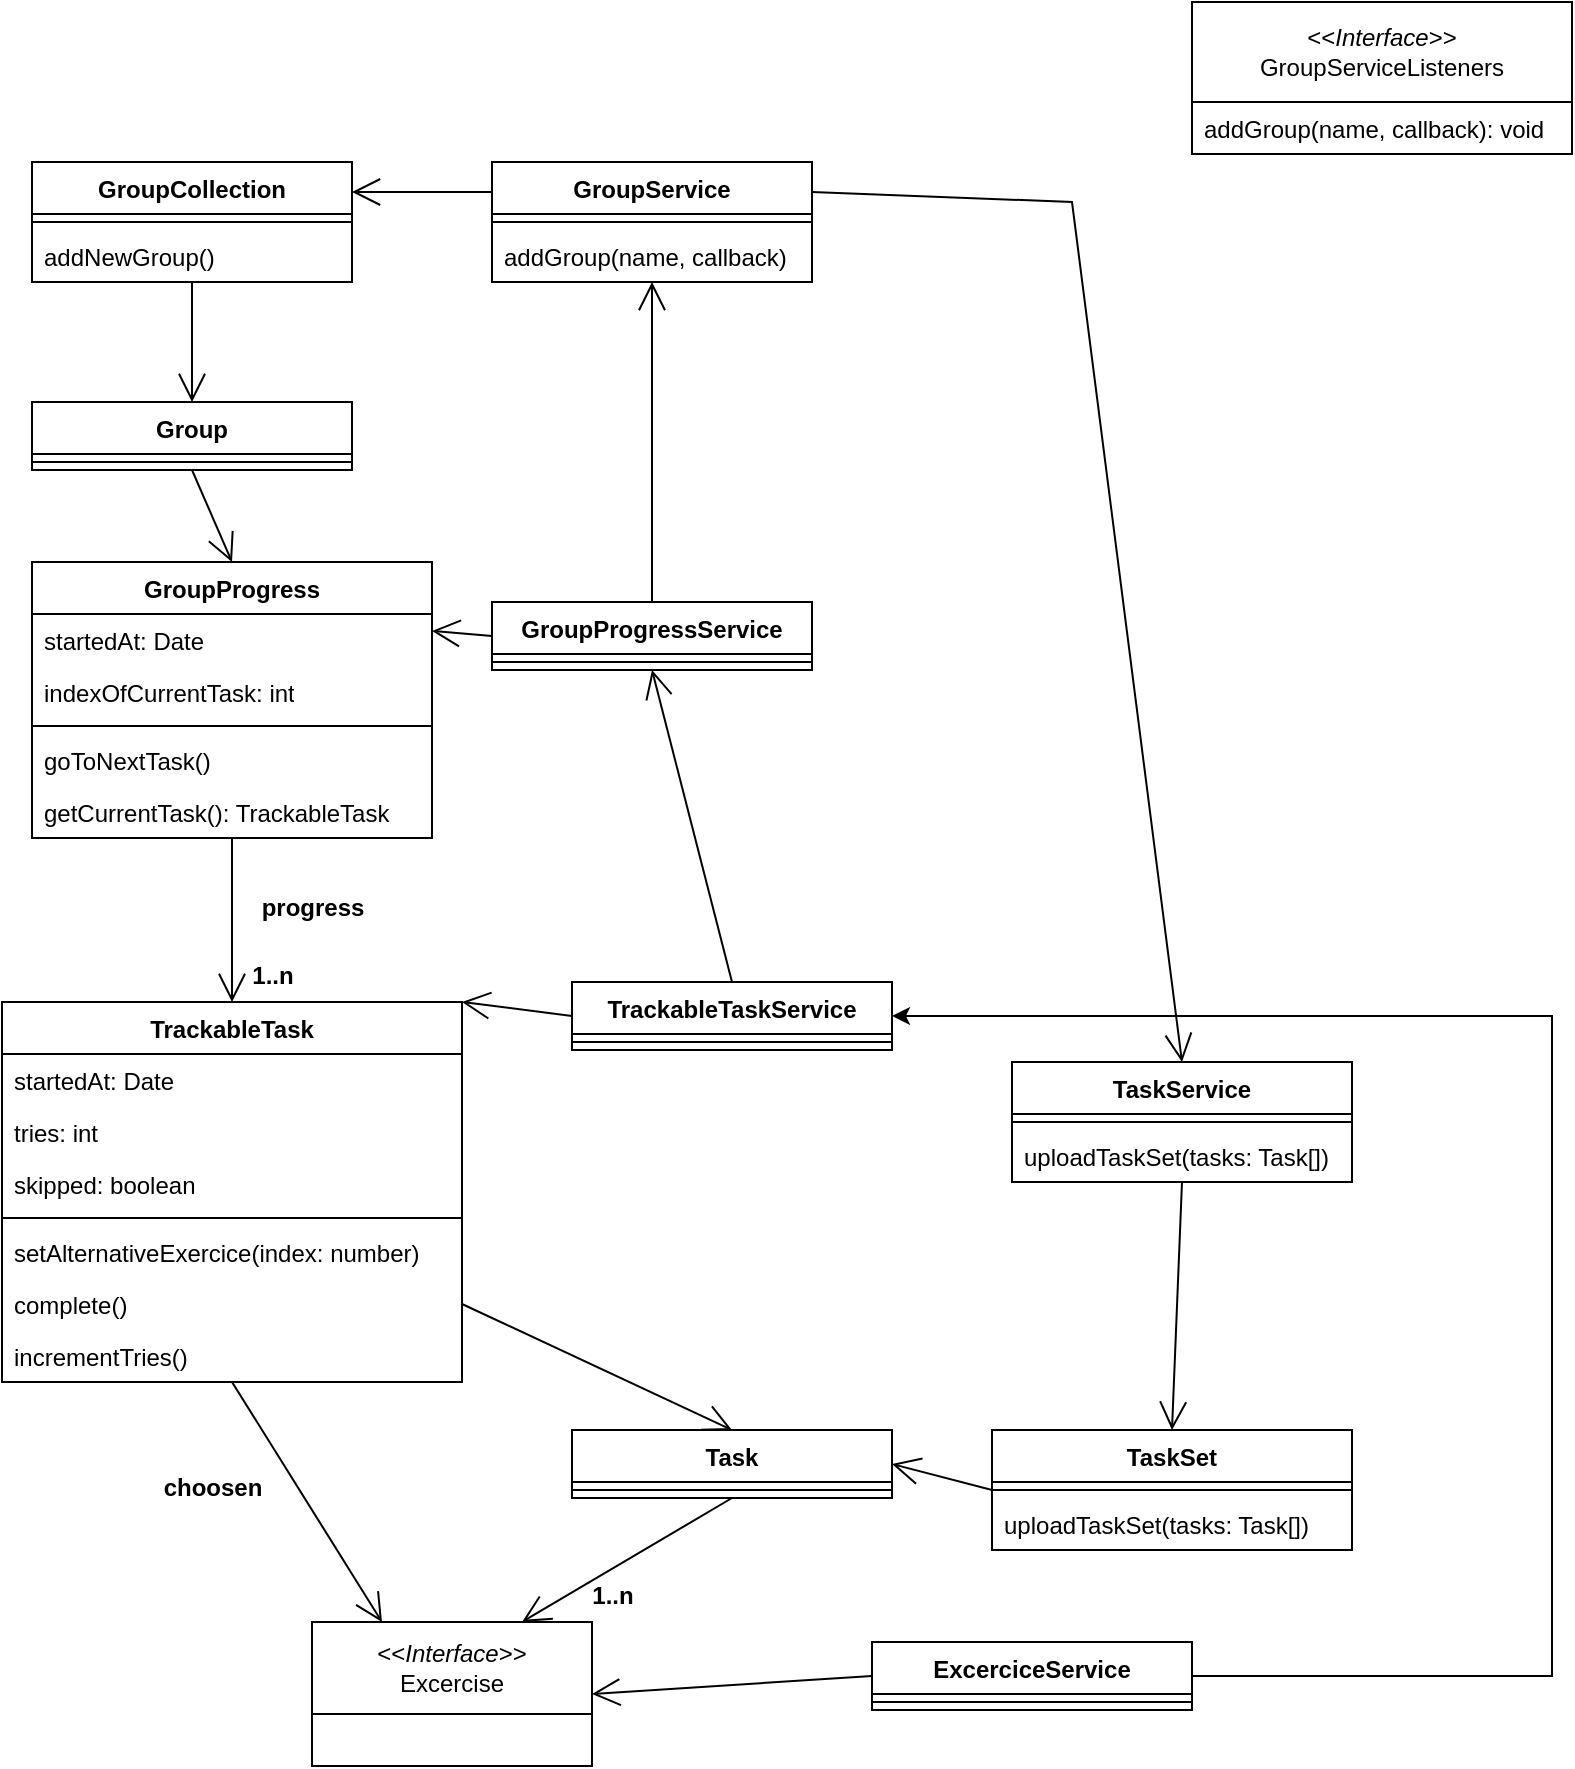
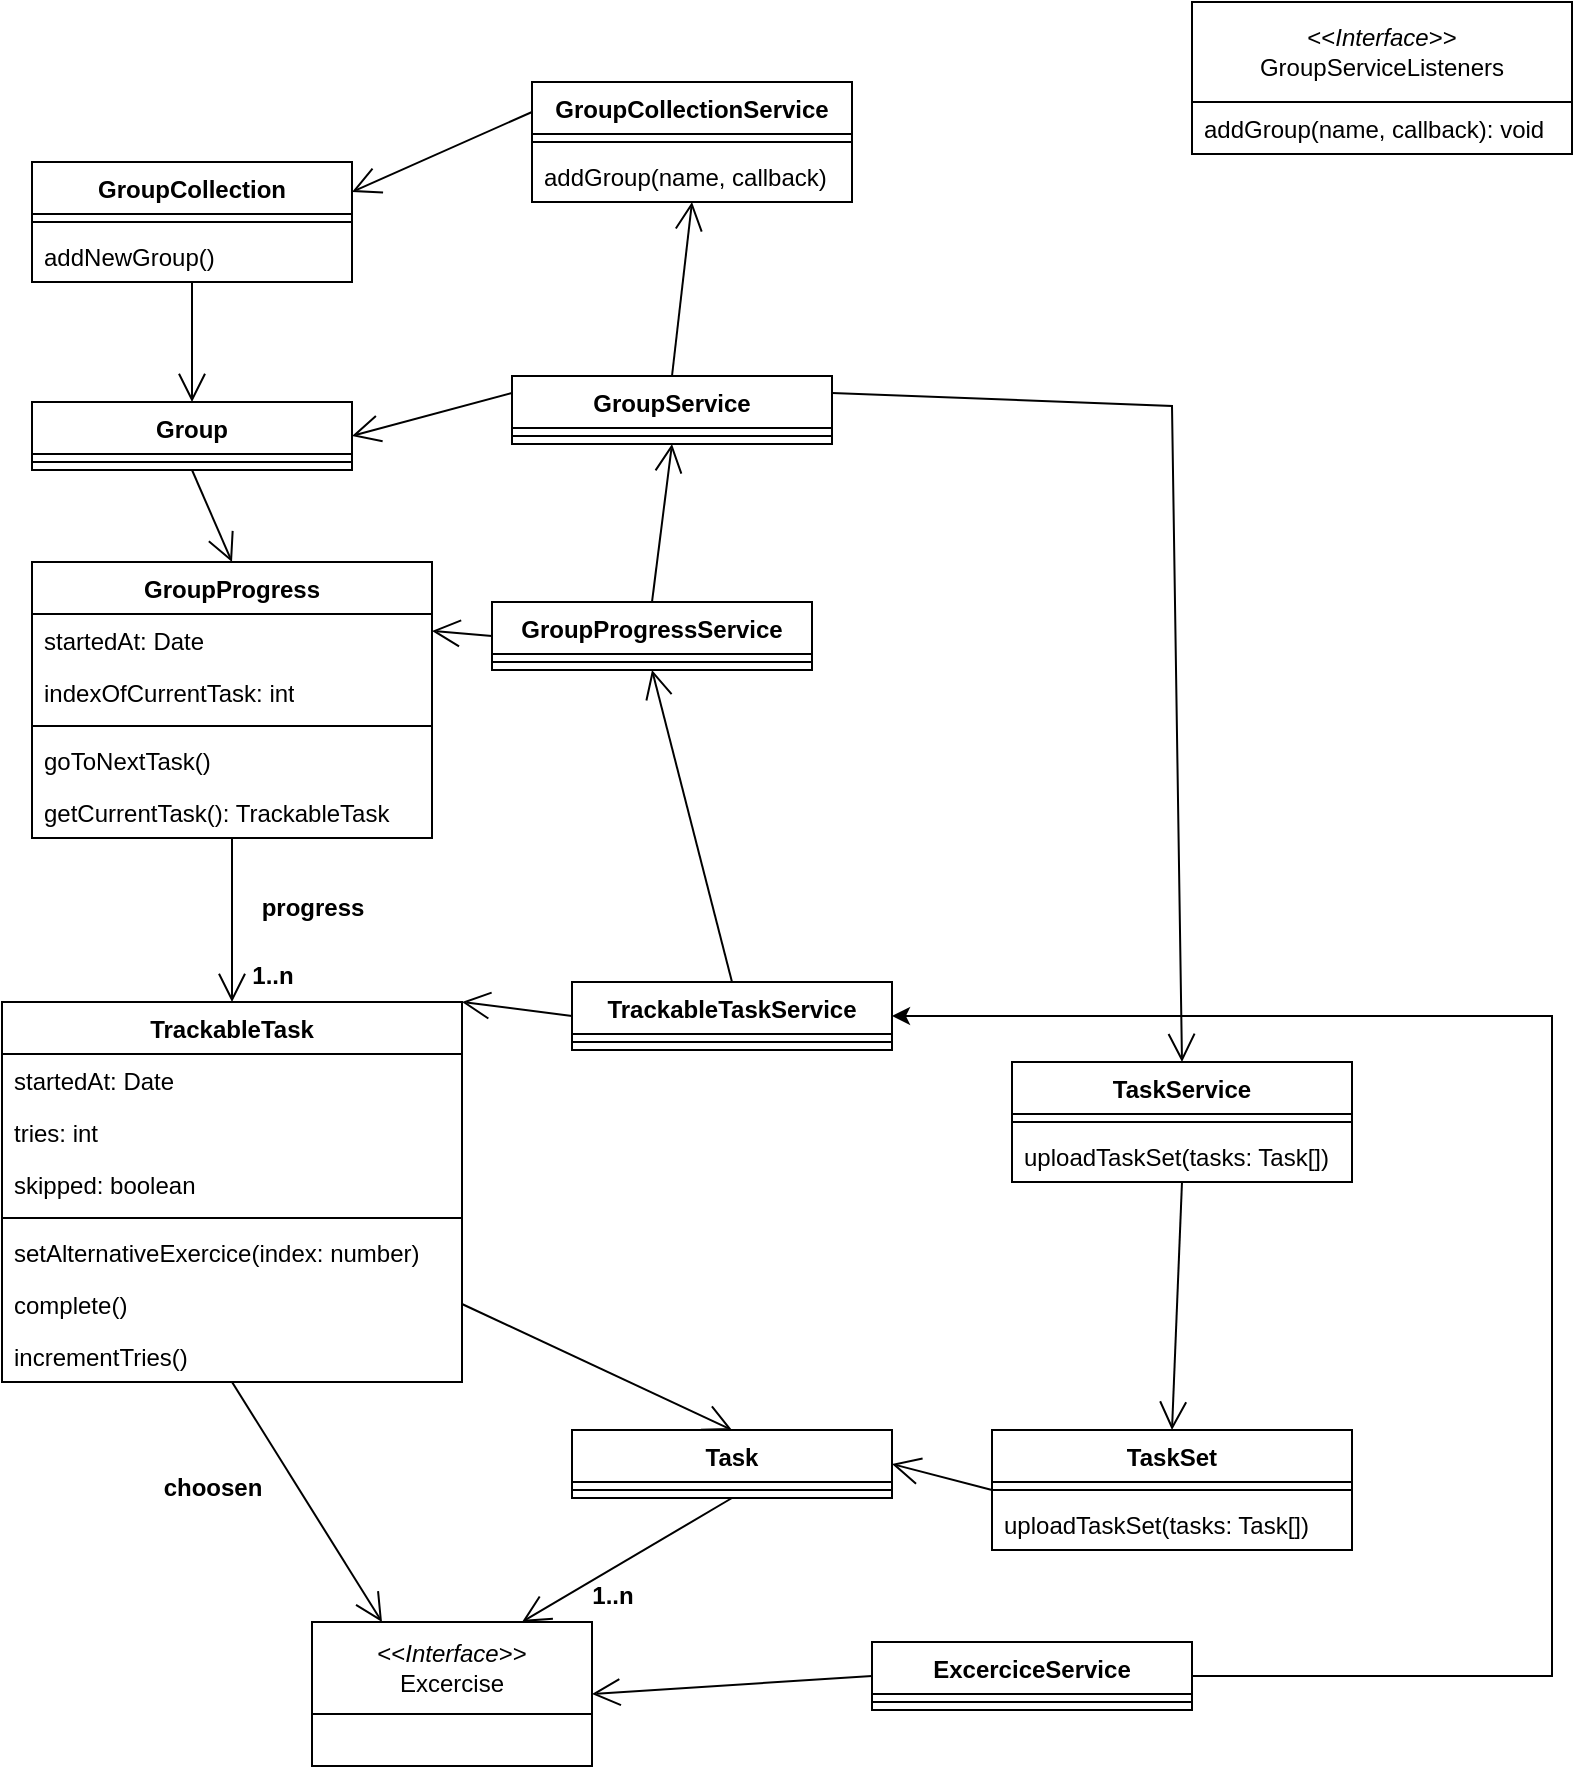
<mxfile host="app.diagrams.net" agent="Mozilla/5.0 (Windows NT 10.0; Win64; x64; rv:133.0) Gecko/20100101 Firefox/133.0" version="25.0.3">
  <diagram id="C5RBs43oDa-KdzZeNtuy" name="Page-1">
-     <mxGraphModel dx="1222" dy="709" grid="1" gridSize="10" guides="1" tooltips="1" connect="1" arrows="1" fold="1" page="1" pageScale="1" pageWidth="827" pageHeight="1169" math="0" shadow="0">
+     <mxGraphModel dx="588" dy="341" grid="1" gridSize="10" guides="1" tooltips="1" connect="1" arrows="1" fold="1" page="1" pageScale="1" pageWidth="827" pageHeight="1169" math="0" shadow="0">
      <root>
        <mxCell id="WIyWlLk6GJQsqaUBKTNV-0" />
        <mxCell id="WIyWlLk6GJQsqaUBKTNV-1" parent="WIyWlLk6GJQsqaUBKTNV-0" />
        <mxCell id="2PPdx7-YqYG3QhNQI_HN-14" value="GroupService" style="swimlane;fontStyle=1;align=center;verticalAlign=top;childLayout=stackLayout;horizontal=1;startSize=26;horizontalStack=0;resizeParent=1;resizeParentMax=0;resizeLast=0;collapsible=1;marginBottom=0;whiteSpace=wrap;html=1;" parent="WIyWlLk6GJQsqaUBKTNV-1" vertex="1">
-           <mxGeometry x="270" y="120" width="160" height="60" as="geometry" />
+           <mxGeometry x="280" y="227" width="160" height="34" as="geometry" />
        </mxCell>
        <mxCell id="2PPdx7-YqYG3QhNQI_HN-16" value="" style="line;strokeWidth=1;fillColor=none;align=left;verticalAlign=middle;spacingTop=-1;spacingLeft=3;spacingRight=3;rotatable=0;labelPosition=right;points=[];portConstraint=eastwest;strokeColor=inherit;" parent="2PPdx7-YqYG3QhNQI_HN-14" vertex="1">
          <mxGeometry y="26" width="160" height="8" as="geometry" />
-         </mxCell>
-         <mxCell id="V3XAilx2oiw2KiiHJ0iP-118" value="addGroup(name, callback)" style="text;strokeColor=none;fillColor=none;align=left;verticalAlign=top;spacingLeft=4;spacingRight=4;overflow=hidden;rotatable=0;points=[[0,0.5],[1,0.5]];portConstraint=eastwest;whiteSpace=wrap;html=1;" parent="2PPdx7-YqYG3QhNQI_HN-14" vertex="1">
-           <mxGeometry y="34" width="160" height="26" as="geometry" />
        </mxCell>
        <mxCell id="2PPdx7-YqYG3QhNQI_HN-24" value="&lt;div&gt;&amp;lt;&amp;lt;&lt;i&gt;Interface&lt;/i&gt;&amp;gt;&amp;gt;&lt;br&gt;&lt;/div&gt;&lt;div&gt;GroupServiceListeners&lt;/div&gt;" style="swimlane;fontStyle=0;childLayout=stackLayout;horizontal=1;startSize=50;fillColor=none;horizontalStack=0;resizeParent=1;resizeParentMax=0;resizeLast=0;collapsible=1;marginBottom=0;whiteSpace=wrap;html=1;" parent="WIyWlLk6GJQsqaUBKTNV-1" vertex="1">
          <mxGeometry x="620" y="40" width="190" height="76" as="geometry" />
        </mxCell>
        <mxCell id="2PPdx7-YqYG3QhNQI_HN-28" value="addGroup(name, callback): void" style="text;strokeColor=none;fillColor=none;align=left;verticalAlign=top;spacingLeft=4;spacingRight=4;overflow=hidden;rotatable=0;points=[[0,0.5],[1,0.5]];portConstraint=eastwest;whiteSpace=wrap;html=1;" parent="2PPdx7-YqYG3QhNQI_HN-24" vertex="1">
          <mxGeometry y="50" width="190" height="26" as="geometry" />
        </mxCell>
        <mxCell id="V3XAilx2oiw2KiiHJ0iP-3" value="" style="endArrow=open;endFill=1;endSize=12;html=1;rounded=0;exitX=0.5;exitY=1;exitDx=0;exitDy=0;entryX=0.5;entryY=0;entryDx=0;entryDy=0;" parent="WIyWlLk6GJQsqaUBKTNV-1" source="V3XAilx2oiw2KiiHJ0iP-96" target="V3XAilx2oiw2KiiHJ0iP-91" edge="1">
          <mxGeometry width="160" relative="1" as="geometry">
            <mxPoint x="260" y="170" as="sourcePoint" />
            <mxPoint x="280" y="270" as="targetPoint" />
          </mxGeometry>
        </mxCell>
        <mxCell id="V3XAilx2oiw2KiiHJ0iP-28" value="&lt;div&gt;&amp;lt;&amp;lt;&lt;i&gt;Interface&lt;/i&gt;&amp;gt;&amp;gt;&lt;/div&gt;&lt;div&gt;Excercise&lt;/div&gt;" style="swimlane;fontStyle=0;childLayout=stackLayout;horizontal=1;startSize=46;fillColor=none;horizontalStack=0;resizeParent=1;resizeParentMax=0;resizeLast=0;collapsible=1;marginBottom=0;whiteSpace=wrap;html=1;" parent="WIyWlLk6GJQsqaUBKTNV-1" vertex="1">
          <mxGeometry x="180" y="850" width="140" height="72" as="geometry" />
        </mxCell>
        <mxCell id="V3XAilx2oiw2KiiHJ0iP-44" value="choosen" style="text;align=center;fontStyle=1;verticalAlign=middle;spacingLeft=3;spacingRight=3;strokeColor=none;rotatable=0;points=[[0,0.5],[1,0.5]];portConstraint=eastwest;html=1;" parent="WIyWlLk6GJQsqaUBKTNV-1" vertex="1">
          <mxGeometry x="90" y="770" width="80" height="26" as="geometry" />
        </mxCell>
        <mxCell id="V3XAilx2oiw2KiiHJ0iP-63" value="" style="endArrow=open;endFill=1;endSize=12;html=1;rounded=0;entryX=0.5;entryY=0;entryDx=0;entryDy=0;exitX=0.5;exitY=1;exitDx=0;exitDy=0;" parent="WIyWlLk6GJQsqaUBKTNV-1" source="V3XAilx2oiw2KiiHJ0iP-86" target="V3XAilx2oiw2KiiHJ0iP-79" edge="1">
          <mxGeometry width="160" relative="1" as="geometry">
            <mxPoint x="140" y="480" as="sourcePoint" />
            <mxPoint x="120" y="510" as="targetPoint" />
          </mxGeometry>
        </mxCell>
        <mxCell id="V3XAilx2oiw2KiiHJ0iP-65" value="Task" style="swimlane;fontStyle=1;align=center;verticalAlign=top;childLayout=stackLayout;horizontal=1;startSize=26;horizontalStack=0;resizeParent=1;resizeParentMax=0;resizeLast=0;collapsible=1;marginBottom=0;whiteSpace=wrap;html=1;" parent="WIyWlLk6GJQsqaUBKTNV-1" vertex="1">
          <mxGeometry x="310" y="754" width="160" height="34" as="geometry" />
        </mxCell>
        <mxCell id="V3XAilx2oiw2KiiHJ0iP-67" value="" style="line;strokeWidth=1;fillColor=none;align=left;verticalAlign=middle;spacingTop=-1;spacingLeft=3;spacingRight=3;rotatable=0;labelPosition=right;points=[];portConstraint=eastwest;strokeColor=inherit;" parent="V3XAilx2oiw2KiiHJ0iP-65" vertex="1">
          <mxGeometry y="26" width="160" height="8" as="geometry" />
        </mxCell>
        <mxCell id="V3XAilx2oiw2KiiHJ0iP-72" value="TaskSet" style="swimlane;fontStyle=1;align=center;verticalAlign=top;childLayout=stackLayout;horizontal=1;startSize=26;horizontalStack=0;resizeParent=1;resizeParentMax=0;resizeLast=0;collapsible=1;marginBottom=0;whiteSpace=wrap;html=1;" parent="WIyWlLk6GJQsqaUBKTNV-1" vertex="1">
          <mxGeometry x="520" y="754" width="180" height="60" as="geometry" />
        </mxCell>
        <mxCell id="V3XAilx2oiw2KiiHJ0iP-74" value="" style="line;strokeWidth=1;fillColor=none;align=left;verticalAlign=middle;spacingTop=-1;spacingLeft=3;spacingRight=3;rotatable=0;labelPosition=right;points=[];portConstraint=eastwest;strokeColor=inherit;" parent="V3XAilx2oiw2KiiHJ0iP-72" vertex="1">
          <mxGeometry y="26" width="180" height="8" as="geometry" />
        </mxCell>
        <mxCell id="L8xYm_lEtlE9M0N6Z_c4-20" value="uploadTaskSet(tasks: Task[])" style="text;strokeColor=none;fillColor=none;align=left;verticalAlign=top;spacingLeft=4;spacingRight=4;overflow=hidden;rotatable=0;points=[[0,0.5],[1,0.5]];portConstraint=eastwest;whiteSpace=wrap;html=1;" vertex="1" parent="V3XAilx2oiw2KiiHJ0iP-72">
          <mxGeometry y="34" width="180" height="26" as="geometry" />
        </mxCell>
        <mxCell id="V3XAilx2oiw2KiiHJ0iP-79" value="TrackableTask" style="swimlane;fontStyle=1;align=center;verticalAlign=top;childLayout=stackLayout;horizontal=1;startSize=26;horizontalStack=0;resizeParent=1;resizeParentMax=0;resizeLast=0;collapsible=1;marginBottom=0;whiteSpace=wrap;html=1;" parent="WIyWlLk6GJQsqaUBKTNV-1" vertex="1">
          <mxGeometry x="25" y="540" width="230" height="190" as="geometry" />
        </mxCell>
        <mxCell id="V3XAilx2oiw2KiiHJ0iP-83" value="startedAt: Date" style="text;strokeColor=none;fillColor=none;align=left;verticalAlign=top;spacingLeft=4;spacingRight=4;overflow=hidden;rotatable=0;points=[[0,0.5],[1,0.5]];portConstraint=eastwest;whiteSpace=wrap;html=1;" parent="V3XAilx2oiw2KiiHJ0iP-79" vertex="1">
          <mxGeometry y="26" width="230" height="26" as="geometry" />
        </mxCell>
        <mxCell id="V3XAilx2oiw2KiiHJ0iP-84" value="tries: int" style="text;strokeColor=none;fillColor=none;align=left;verticalAlign=top;spacingLeft=4;spacingRight=4;overflow=hidden;rotatable=0;points=[[0,0.5],[1,0.5]];portConstraint=eastwest;whiteSpace=wrap;html=1;" parent="V3XAilx2oiw2KiiHJ0iP-79" vertex="1">
          <mxGeometry y="52" width="230" height="26" as="geometry" />
        </mxCell>
        <mxCell id="V3XAilx2oiw2KiiHJ0iP-85" value="&lt;div&gt;skipped: boolean&lt;/div&gt;" style="text;strokeColor=none;fillColor=none;align=left;verticalAlign=top;spacingLeft=4;spacingRight=4;overflow=hidden;rotatable=0;points=[[0,0.5],[1,0.5]];portConstraint=eastwest;whiteSpace=wrap;html=1;" parent="V3XAilx2oiw2KiiHJ0iP-79" vertex="1">
          <mxGeometry y="78" width="230" height="26" as="geometry" />
        </mxCell>
        <mxCell id="V3XAilx2oiw2KiiHJ0iP-81" value="" style="line;strokeWidth=1;fillColor=none;align=left;verticalAlign=middle;spacingTop=-1;spacingLeft=3;spacingRight=3;rotatable=0;labelPosition=right;points=[];portConstraint=eastwest;strokeColor=inherit;" parent="V3XAilx2oiw2KiiHJ0iP-79" vertex="1">
          <mxGeometry y="104" width="230" height="8" as="geometry" />
        </mxCell>
        <mxCell id="L8xYm_lEtlE9M0N6Z_c4-0" value="setAlternativeExercice(index: number)" style="text;strokeColor=none;fillColor=none;align=left;verticalAlign=top;spacingLeft=4;spacingRight=4;overflow=hidden;rotatable=0;points=[[0,0.5],[1,0.5]];portConstraint=eastwest;whiteSpace=wrap;html=1;" vertex="1" parent="V3XAilx2oiw2KiiHJ0iP-79">
          <mxGeometry y="112" width="230" height="26" as="geometry" />
        </mxCell>
        <mxCell id="L8xYm_lEtlE9M0N6Z_c4-4" value="complete()" style="text;strokeColor=none;fillColor=none;align=left;verticalAlign=top;spacingLeft=4;spacingRight=4;overflow=hidden;rotatable=0;points=[[0,0.5],[1,0.5]];portConstraint=eastwest;whiteSpace=wrap;html=1;" vertex="1" parent="V3XAilx2oiw2KiiHJ0iP-79">
          <mxGeometry y="138" width="230" height="26" as="geometry" />
        </mxCell>
        <mxCell id="L8xYm_lEtlE9M0N6Z_c4-2" value="incrementTries()" style="text;strokeColor=none;fillColor=none;align=left;verticalAlign=top;spacingLeft=4;spacingRight=4;overflow=hidden;rotatable=0;points=[[0,0.5],[1,0.5]];portConstraint=eastwest;whiteSpace=wrap;html=1;" vertex="1" parent="V3XAilx2oiw2KiiHJ0iP-79">
          <mxGeometry y="164" width="230" height="26" as="geometry" />
        </mxCell>
        <mxCell id="V3XAilx2oiw2KiiHJ0iP-86" value="GroupProgress" style="swimlane;fontStyle=1;align=center;verticalAlign=top;childLayout=stackLayout;horizontal=1;startSize=26;horizontalStack=0;resizeParent=1;resizeParentMax=0;resizeLast=0;collapsible=1;marginBottom=0;whiteSpace=wrap;html=1;" parent="WIyWlLk6GJQsqaUBKTNV-1" vertex="1">
          <mxGeometry x="40" y="320" width="200" height="138" as="geometry" />
        </mxCell>
        <mxCell id="L8xYm_lEtlE9M0N6Z_c4-6" value="startedAt: Date" style="text;strokeColor=none;fillColor=none;align=left;verticalAlign=top;spacingLeft=4;spacingRight=4;overflow=hidden;rotatable=0;points=[[0,0.5],[1,0.5]];portConstraint=eastwest;whiteSpace=wrap;html=1;" vertex="1" parent="V3XAilx2oiw2KiiHJ0iP-86">
          <mxGeometry y="26" width="200" height="26" as="geometry" />
        </mxCell>
        <mxCell id="V3XAilx2oiw2KiiHJ0iP-90" value="indexOfCurrentTask: int" style="text;strokeColor=none;fillColor=none;align=left;verticalAlign=top;spacingLeft=4;spacingRight=4;overflow=hidden;rotatable=0;points=[[0,0.5],[1,0.5]];portConstraint=eastwest;whiteSpace=wrap;html=1;" parent="V3XAilx2oiw2KiiHJ0iP-86" vertex="1">
          <mxGeometry y="52" width="200" height="26" as="geometry" />
        </mxCell>
        <mxCell id="V3XAilx2oiw2KiiHJ0iP-88" value="" style="line;strokeWidth=1;fillColor=none;align=left;verticalAlign=middle;spacingTop=-1;spacingLeft=3;spacingRight=3;rotatable=0;labelPosition=right;points=[];portConstraint=eastwest;strokeColor=inherit;" parent="V3XAilx2oiw2KiiHJ0iP-86" vertex="1">
          <mxGeometry y="78" width="200" height="8" as="geometry" />
        </mxCell>
        <mxCell id="L8xYm_lEtlE9M0N6Z_c4-5" value="goToNextTask()" style="text;strokeColor=none;fillColor=none;align=left;verticalAlign=top;spacingLeft=4;spacingRight=4;overflow=hidden;rotatable=0;points=[[0,0.5],[1,0.5]];portConstraint=eastwest;whiteSpace=wrap;html=1;" vertex="1" parent="V3XAilx2oiw2KiiHJ0iP-86">
          <mxGeometry y="86" width="200" height="26" as="geometry" />
        </mxCell>
        <mxCell id="L8xYm_lEtlE9M0N6Z_c4-13" value="getCurrentTask(): TrackableTask" style="text;strokeColor=none;fillColor=none;align=left;verticalAlign=top;spacingLeft=4;spacingRight=4;overflow=hidden;rotatable=0;points=[[0,0.5],[1,0.5]];portConstraint=eastwest;whiteSpace=wrap;html=1;" vertex="1" parent="V3XAilx2oiw2KiiHJ0iP-86">
          <mxGeometry y="112" width="200" height="26" as="geometry" />
        </mxCell>
        <mxCell id="V3XAilx2oiw2KiiHJ0iP-91" value="Group" style="swimlane;fontStyle=1;align=center;verticalAlign=top;childLayout=stackLayout;horizontal=1;startSize=26;horizontalStack=0;resizeParent=1;resizeParentMax=0;resizeLast=0;collapsible=1;marginBottom=0;whiteSpace=wrap;html=1;" parent="WIyWlLk6GJQsqaUBKTNV-1" vertex="1">
          <mxGeometry x="40" y="240" width="160" height="34" as="geometry" />
        </mxCell>
        <mxCell id="V3XAilx2oiw2KiiHJ0iP-93" value="" style="line;strokeWidth=1;fillColor=none;align=left;verticalAlign=middle;spacingTop=-1;spacingLeft=3;spacingRight=3;rotatable=0;labelPosition=right;points=[];portConstraint=eastwest;strokeColor=inherit;" parent="V3XAilx2oiw2KiiHJ0iP-91" vertex="1">
          <mxGeometry y="26" width="160" height="8" as="geometry" />
        </mxCell>
        <mxCell id="V3XAilx2oiw2KiiHJ0iP-95" value="" style="endArrow=open;endFill=1;endSize=12;html=1;rounded=0;exitX=0.5;exitY=1;exitDx=0;exitDy=0;entryX=0.5;entryY=0;entryDx=0;entryDy=0;" parent="WIyWlLk6GJQsqaUBKTNV-1" source="V3XAilx2oiw2KiiHJ0iP-91" target="V3XAilx2oiw2KiiHJ0iP-86" edge="1">
          <mxGeometry width="160" relative="1" as="geometry">
            <mxPoint x="270" y="360" as="sourcePoint" />
            <mxPoint x="430" y="360" as="targetPoint" />
          </mxGeometry>
        </mxCell>
        <mxCell id="V3XAilx2oiw2KiiHJ0iP-96" value="&lt;div&gt;GroupCollection&lt;/div&gt;" style="swimlane;fontStyle=1;align=center;verticalAlign=top;childLayout=stackLayout;horizontal=1;startSize=26;horizontalStack=0;resizeParent=1;resizeParentMax=0;resizeLast=0;collapsible=1;marginBottom=0;whiteSpace=wrap;html=1;" parent="WIyWlLk6GJQsqaUBKTNV-1" vertex="1">
          <mxGeometry x="40" y="120" width="160" height="60" as="geometry" />
        </mxCell>
        <mxCell id="V3XAilx2oiw2KiiHJ0iP-98" value="" style="line;strokeWidth=1;fillColor=none;align=left;verticalAlign=middle;spacingTop=-1;spacingLeft=3;spacingRight=3;rotatable=0;labelPosition=right;points=[];portConstraint=eastwest;strokeColor=inherit;" parent="V3XAilx2oiw2KiiHJ0iP-96" vertex="1">
          <mxGeometry y="26" width="160" height="8" as="geometry" />
        </mxCell>
        <mxCell id="V3XAilx2oiw2KiiHJ0iP-101" value="addNewGroup()" style="text;strokeColor=none;fillColor=none;align=left;verticalAlign=top;spacingLeft=4;spacingRight=4;overflow=hidden;rotatable=0;points=[[0,0.5],[1,0.5]];portConstraint=eastwest;whiteSpace=wrap;html=1;" parent="V3XAilx2oiw2KiiHJ0iP-96" vertex="1">
          <mxGeometry y="34" width="160" height="26" as="geometry" />
        </mxCell>
        <mxCell id="V3XAilx2oiw2KiiHJ0iP-102" value="" style="endArrow=open;endFill=1;endSize=12;html=1;rounded=0;entryX=1;entryY=0.5;entryDx=0;entryDy=0;exitX=0;exitY=0.5;exitDx=0;exitDy=0;" parent="WIyWlLk6GJQsqaUBKTNV-1" source="V3XAilx2oiw2KiiHJ0iP-72" target="V3XAilx2oiw2KiiHJ0iP-65" edge="1">
          <mxGeometry width="160" relative="1" as="geometry">
            <mxPoint x="90" y="802" as="sourcePoint" />
            <mxPoint x="250" y="802" as="targetPoint" />
          </mxGeometry>
        </mxCell>
        <mxCell id="V3XAilx2oiw2KiiHJ0iP-103" value="TaskService" style="swimlane;fontStyle=1;align=center;verticalAlign=top;childLayout=stackLayout;horizontal=1;startSize=26;horizontalStack=0;resizeParent=1;resizeParentMax=0;resizeLast=0;collapsible=1;marginBottom=0;whiteSpace=wrap;html=1;" parent="WIyWlLk6GJQsqaUBKTNV-1" vertex="1">
          <mxGeometry x="530" y="570" width="170" height="60" as="geometry" />
        </mxCell>
        <mxCell id="V3XAilx2oiw2KiiHJ0iP-105" value="" style="line;strokeWidth=1;fillColor=none;align=left;verticalAlign=middle;spacingTop=-1;spacingLeft=3;spacingRight=3;rotatable=0;labelPosition=right;points=[];portConstraint=eastwest;strokeColor=inherit;" parent="V3XAilx2oiw2KiiHJ0iP-103" vertex="1">
          <mxGeometry y="26" width="170" height="8" as="geometry" />
        </mxCell>
        <mxCell id="L8xYm_lEtlE9M0N6Z_c4-19" value="uploadTaskSet(tasks: Task[])" style="text;strokeColor=none;fillColor=none;align=left;verticalAlign=top;spacingLeft=4;spacingRight=4;overflow=hidden;rotatable=0;points=[[0,0.5],[1,0.5]];portConstraint=eastwest;whiteSpace=wrap;html=1;" vertex="1" parent="V3XAilx2oiw2KiiHJ0iP-103">
          <mxGeometry y="34" width="170" height="26" as="geometry" />
        </mxCell>
        <mxCell id="V3XAilx2oiw2KiiHJ0iP-107" value="" style="endArrow=open;endFill=1;endSize=12;html=1;rounded=0;exitX=0.5;exitY=1;exitDx=0;exitDy=0;entryX=0.5;entryY=0;entryDx=0;entryDy=0;" parent="WIyWlLk6GJQsqaUBKTNV-1" source="V3XAilx2oiw2KiiHJ0iP-103" target="V3XAilx2oiw2KiiHJ0iP-72" edge="1">
          <mxGeometry width="160" relative="1" as="geometry">
            <mxPoint x="330" y="720" as="sourcePoint" />
            <mxPoint x="360" y="680" as="targetPoint" />
          </mxGeometry>
        </mxCell>
        <mxCell id="V3XAilx2oiw2KiiHJ0iP-108" value="GroupProgressService" style="swimlane;fontStyle=1;align=center;verticalAlign=top;childLayout=stackLayout;horizontal=1;startSize=26;horizontalStack=0;resizeParent=1;resizeParentMax=0;resizeLast=0;collapsible=1;marginBottom=0;whiteSpace=wrap;html=1;" parent="WIyWlLk6GJQsqaUBKTNV-1" vertex="1">
          <mxGeometry x="270" y="340" width="160" height="34" as="geometry" />
        </mxCell>
        <mxCell id="V3XAilx2oiw2KiiHJ0iP-110" value="" style="line;strokeWidth=1;fillColor=none;align=left;verticalAlign=middle;spacingTop=-1;spacingLeft=3;spacingRight=3;rotatable=0;labelPosition=right;points=[];portConstraint=eastwest;strokeColor=inherit;" parent="V3XAilx2oiw2KiiHJ0iP-108" vertex="1">
          <mxGeometry y="26" width="160" height="8" as="geometry" />
        </mxCell>
        <mxCell id="V3XAilx2oiw2KiiHJ0iP-112" value="" style="endArrow=open;endFill=1;endSize=12;html=1;rounded=0;exitX=0;exitY=0.5;exitDx=0;exitDy=0;entryX=1;entryY=0.25;entryDx=0;entryDy=0;" parent="WIyWlLk6GJQsqaUBKTNV-1" source="V3XAilx2oiw2KiiHJ0iP-108" target="V3XAilx2oiw2KiiHJ0iP-86" edge="1">
          <mxGeometry width="160" relative="1" as="geometry">
            <mxPoint x="330" y="550" as="sourcePoint" />
            <mxPoint x="490" y="550" as="targetPoint" />
          </mxGeometry>
        </mxCell>
        <mxCell id="V3XAilx2oiw2KiiHJ0iP-117" value="" style="endArrow=open;endFill=1;endSize=12;html=1;rounded=0;exitX=0.5;exitY=0;exitDx=0;exitDy=0;entryX=0.5;entryY=1;entryDx=0;entryDy=0;" parent="WIyWlLk6GJQsqaUBKTNV-1" source="V3XAilx2oiw2KiiHJ0iP-108" target="2PPdx7-YqYG3QhNQI_HN-14" edge="1">
          <mxGeometry width="160" relative="1" as="geometry">
            <mxPoint x="400" y="380" as="sourcePoint" />
            <mxPoint x="380" y="330" as="targetPoint" />
          </mxGeometry>
        </mxCell>
        <mxCell id="V3XAilx2oiw2KiiHJ0iP-119" value="" style="endArrow=open;endFill=1;endSize=12;html=1;rounded=0;exitX=1;exitY=0.25;exitDx=0;exitDy=0;entryX=0.5;entryY=0;entryDx=0;entryDy=0;" parent="WIyWlLk6GJQsqaUBKTNV-1" source="2PPdx7-YqYG3QhNQI_HN-14" target="V3XAilx2oiw2KiiHJ0iP-103" edge="1">
          <mxGeometry width="160" relative="1" as="geometry">
            <mxPoint x="270" y="500" as="sourcePoint" />
            <mxPoint x="600" y="440" as="targetPoint" />
            <Array as="points">
-               <mxPoint x="560" y="140" />
+               <mxPoint x="610" y="242" />
            </Array>
          </mxGeometry>
        </mxCell>
-         <mxCell id="V3XAilx2oiw2KiiHJ0iP-121" value="" style="endArrow=open;endFill=1;endSize=12;html=1;rounded=0;exitX=0;exitY=0.25;exitDx=0;exitDy=0;entryX=1;entryY=0.25;entryDx=0;entryDy=0;" parent="WIyWlLk6GJQsqaUBKTNV-1" source="2PPdx7-YqYG3QhNQI_HN-14" target="V3XAilx2oiw2KiiHJ0iP-96" edge="1">
+         <mxCell id="V3XAilx2oiw2KiiHJ0iP-121" value="" style="endArrow=open;endFill=1;endSize=12;html=1;rounded=0;exitX=0;exitY=0.25;exitDx=0;exitDy=0;entryX=1;entryY=0.5;entryDx=0;entryDy=0;" parent="WIyWlLk6GJQsqaUBKTNV-1" source="2PPdx7-YqYG3QhNQI_HN-14" target="V3XAilx2oiw2KiiHJ0iP-91" edge="1">
          <mxGeometry width="160" relative="1" as="geometry">
            <mxPoint x="350" y="360" as="sourcePoint" />
            <mxPoint x="510" y="360" as="targetPoint" />
          </mxGeometry>
        </mxCell>
        <mxCell id="KjGE56Se4uq9LBmGyXKQ-1" value="" style="endArrow=open;endFill=1;endSize=12;html=1;rounded=0;entryX=0.75;entryY=0;entryDx=0;entryDy=0;exitX=0.5;exitY=1;exitDx=0;exitDy=0;" parent="WIyWlLk6GJQsqaUBKTNV-1" source="V3XAilx2oiw2KiiHJ0iP-65" target="V3XAilx2oiw2KiiHJ0iP-28" edge="1">
          <mxGeometry width="160" relative="1" as="geometry">
            <mxPoint x="220" y="740" as="sourcePoint" />
            <mxPoint x="380" y="740" as="targetPoint" />
          </mxGeometry>
        </mxCell>
        <mxCell id="KjGE56Se4uq9LBmGyXKQ-2" value="1..n" style="text;align=center;fontStyle=1;verticalAlign=middle;spacingLeft=3;spacingRight=3;strokeColor=none;rotatable=0;points=[[0,0.5],[1,0.5]];portConstraint=eastwest;html=1;" parent="WIyWlLk6GJQsqaUBKTNV-1" vertex="1">
          <mxGeometry x="290" y="824" width="80" height="26" as="geometry" />
        </mxCell>
        <mxCell id="KjGE56Se4uq9LBmGyXKQ-3" value="" style="endArrow=open;endFill=1;endSize=12;html=1;rounded=0;exitX=0.5;exitY=1;exitDx=0;exitDy=0;entryX=0.25;entryY=0;entryDx=0;entryDy=0;" parent="WIyWlLk6GJQsqaUBKTNV-1" source="V3XAilx2oiw2KiiHJ0iP-79" target="V3XAilx2oiw2KiiHJ0iP-28" edge="1">
          <mxGeometry width="160" relative="1" as="geometry">
            <mxPoint x="250" y="740" as="sourcePoint" />
            <mxPoint x="410" y="740" as="targetPoint" />
          </mxGeometry>
        </mxCell>
        <mxCell id="KjGE56Se4uq9LBmGyXKQ-4" value="" style="endArrow=open;endFill=1;endSize=12;html=1;rounded=0;entryX=0.5;entryY=0;entryDx=0;entryDy=0;exitX=1;exitY=0.5;exitDx=0;exitDy=0;" parent="WIyWlLk6GJQsqaUBKTNV-1" target="V3XAilx2oiw2KiiHJ0iP-65" edge="1" source="L8xYm_lEtlE9M0N6Z_c4-4">
          <mxGeometry width="160" relative="1" as="geometry">
            <mxPoint x="200" y="548" as="sourcePoint" />
            <mxPoint x="410" y="740" as="targetPoint" />
          </mxGeometry>
        </mxCell>
        <mxCell id="L8xYm_lEtlE9M0N6Z_c4-29" style="edgeStyle=orthogonalEdgeStyle;rounded=0;orthogonalLoop=1;jettySize=auto;html=1;exitX=1;exitY=0.5;exitDx=0;exitDy=0;entryX=1;entryY=0.5;entryDx=0;entryDy=0;" edge="1" parent="WIyWlLk6GJQsqaUBKTNV-1" source="L8xYm_lEtlE9M0N6Z_c4-8" target="L8xYm_lEtlE9M0N6Z_c4-21">
          <mxGeometry relative="1" as="geometry">
            <Array as="points">
              <mxPoint x="800" y="877" />
              <mxPoint x="800" y="547" />
            </Array>
          </mxGeometry>
        </mxCell>
        <mxCell id="L8xYm_lEtlE9M0N6Z_c4-8" value="ExcerciceService" style="swimlane;fontStyle=1;align=center;verticalAlign=top;childLayout=stackLayout;horizontal=1;startSize=26;horizontalStack=0;resizeParent=1;resizeParentMax=0;resizeLast=0;collapsible=1;marginBottom=0;whiteSpace=wrap;html=1;" vertex="1" parent="WIyWlLk6GJQsqaUBKTNV-1">
          <mxGeometry x="460" y="860" width="160" height="34" as="geometry" />
        </mxCell>
        <mxCell id="L8xYm_lEtlE9M0N6Z_c4-10" value="" style="line;strokeWidth=1;fillColor=none;align=left;verticalAlign=middle;spacingTop=-1;spacingLeft=3;spacingRight=3;rotatable=0;labelPosition=right;points=[];portConstraint=eastwest;strokeColor=inherit;" vertex="1" parent="L8xYm_lEtlE9M0N6Z_c4-8">
          <mxGeometry y="26" width="160" height="8" as="geometry" />
        </mxCell>
        <mxCell id="L8xYm_lEtlE9M0N6Z_c4-14" value="progress" style="text;align=center;fontStyle=1;verticalAlign=middle;spacingLeft=3;spacingRight=3;strokeColor=none;rotatable=0;points=[[0,0.5],[1,0.5]];portConstraint=eastwest;html=1;" vertex="1" parent="WIyWlLk6GJQsqaUBKTNV-1">
          <mxGeometry x="140" y="480" width="80" height="26" as="geometry" />
        </mxCell>
        <mxCell id="L8xYm_lEtlE9M0N6Z_c4-15" value="1..n" style="text;align=center;fontStyle=1;verticalAlign=middle;spacingLeft=3;spacingRight=3;strokeColor=none;rotatable=0;points=[[0,0.5],[1,0.5]];portConstraint=eastwest;html=1;" vertex="1" parent="WIyWlLk6GJQsqaUBKTNV-1">
          <mxGeometry x="120" y="514" width="80" height="26" as="geometry" />
        </mxCell>
        <mxCell id="L8xYm_lEtlE9M0N6Z_c4-17" value="" style="endArrow=open;endFill=1;endSize=12;html=1;rounded=0;exitX=0;exitY=0.5;exitDx=0;exitDy=0;entryX=1;entryY=0.5;entryDx=0;entryDy=0;" edge="1" parent="WIyWlLk6GJQsqaUBKTNV-1" source="L8xYm_lEtlE9M0N6Z_c4-8" target="V3XAilx2oiw2KiiHJ0iP-28">
          <mxGeometry width="160" relative="1" as="geometry">
            <mxPoint x="240" y="910" as="sourcePoint" />
            <mxPoint x="400" y="910" as="targetPoint" />
          </mxGeometry>
        </mxCell>
        <mxCell id="L8xYm_lEtlE9M0N6Z_c4-21" value="TrackableTaskService" style="swimlane;fontStyle=1;align=center;verticalAlign=top;childLayout=stackLayout;horizontal=1;startSize=26;horizontalStack=0;resizeParent=1;resizeParentMax=0;resizeLast=0;collapsible=1;marginBottom=0;whiteSpace=wrap;html=1;" vertex="1" parent="WIyWlLk6GJQsqaUBKTNV-1">
          <mxGeometry x="310" y="530" width="160" height="34" as="geometry" />
        </mxCell>
        <mxCell id="L8xYm_lEtlE9M0N6Z_c4-23" value="" style="line;strokeWidth=1;fillColor=none;align=left;verticalAlign=middle;spacingTop=-1;spacingLeft=3;spacingRight=3;rotatable=0;labelPosition=right;points=[];portConstraint=eastwest;strokeColor=inherit;" vertex="1" parent="L8xYm_lEtlE9M0N6Z_c4-21">
          <mxGeometry y="26" width="160" height="8" as="geometry" />
        </mxCell>
        <mxCell id="L8xYm_lEtlE9M0N6Z_c4-25" value="" style="endArrow=open;endFill=1;endSize=12;html=1;rounded=0;exitX=0;exitY=0.5;exitDx=0;exitDy=0;entryX=1;entryY=0;entryDx=0;entryDy=0;" edge="1" parent="WIyWlLk6GJQsqaUBKTNV-1" source="L8xYm_lEtlE9M0N6Z_c4-21" target="V3XAilx2oiw2KiiHJ0iP-79">
          <mxGeometry width="160" relative="1" as="geometry">
            <mxPoint x="340" y="630" as="sourcePoint" />
            <mxPoint x="300" y="610" as="targetPoint" />
          </mxGeometry>
        </mxCell>
        <mxCell id="L8xYm_lEtlE9M0N6Z_c4-28" value="" style="endArrow=open;endFill=1;endSize=12;html=1;rounded=0;exitX=0.5;exitY=0;exitDx=0;exitDy=0;entryX=0.5;entryY=1;entryDx=0;entryDy=0;" edge="1" parent="WIyWlLk6GJQsqaUBKTNV-1" source="L8xYm_lEtlE9M0N6Z_c4-21" target="V3XAilx2oiw2KiiHJ0iP-108">
          <mxGeometry width="160" relative="1" as="geometry">
            <mxPoint x="250" y="460" as="sourcePoint" />
            <mxPoint x="350" y="390" as="targetPoint" />
          </mxGeometry>
        </mxCell>
+         <mxCell id="L8xYm_lEtlE9M0N6Z_c4-30" value="GroupCollectionService" style="swimlane;fontStyle=1;align=center;verticalAlign=top;childLayout=stackLayout;horizontal=1;startSize=26;horizontalStack=0;resizeParent=1;resizeParentMax=0;resizeLast=0;collapsible=1;marginBottom=0;whiteSpace=wrap;html=1;" vertex="1" parent="WIyWlLk6GJQsqaUBKTNV-1">
+           <mxGeometry x="290" y="80" width="160" height="60" as="geometry" />
+         </mxCell>
+         <mxCell id="L8xYm_lEtlE9M0N6Z_c4-32" value="" style="line;strokeWidth=1;fillColor=none;align=left;verticalAlign=middle;spacingTop=-1;spacingLeft=3;spacingRight=3;rotatable=0;labelPosition=right;points=[];portConstraint=eastwest;strokeColor=inherit;" vertex="1" parent="L8xYm_lEtlE9M0N6Z_c4-30">
+           <mxGeometry y="26" width="160" height="8" as="geometry" />
+         </mxCell>
+         <mxCell id="L8xYm_lEtlE9M0N6Z_c4-34" value="addGroup(name, callback)" style="text;strokeColor=none;fillColor=none;align=left;verticalAlign=top;spacingLeft=4;spacingRight=4;overflow=hidden;rotatable=0;points=[[0,0.5],[1,0.5]];portConstraint=eastwest;whiteSpace=wrap;html=1;" vertex="1" parent="L8xYm_lEtlE9M0N6Z_c4-30">
+           <mxGeometry y="34" width="160" height="26" as="geometry" />
+         </mxCell>
+         <mxCell id="L8xYm_lEtlE9M0N6Z_c4-35" value="" style="endArrow=open;endFill=1;endSize=12;html=1;rounded=0;exitX=0;exitY=0.25;exitDx=0;exitDy=0;entryX=1;entryY=0.25;entryDx=0;entryDy=0;" edge="1" parent="WIyWlLk6GJQsqaUBKTNV-1" source="L8xYm_lEtlE9M0N6Z_c4-30" target="V3XAilx2oiw2KiiHJ0iP-96">
+           <mxGeometry width="160" relative="1" as="geometry">
+             <mxPoint x="330" y="380" as="sourcePoint" />
+             <mxPoint x="490" y="380" as="targetPoint" />
+           </mxGeometry>
+         </mxCell>
+         <mxCell id="L8xYm_lEtlE9M0N6Z_c4-36" value="" style="endArrow=open;endFill=1;endSize=12;html=1;rounded=0;exitX=0.5;exitY=0;exitDx=0;exitDy=0;entryX=0.5;entryY=1;entryDx=0;entryDy=0;" edge="1" parent="WIyWlLk6GJQsqaUBKTNV-1" source="2PPdx7-YqYG3QhNQI_HN-14" target="L8xYm_lEtlE9M0N6Z_c4-30">
+           <mxGeometry width="160" relative="1" as="geometry">
+             <mxPoint x="330" y="380" as="sourcePoint" />
+             <mxPoint x="360" y="160" as="targetPoint" />
+           </mxGeometry>
+         </mxCell>
      </root>
    </mxGraphModel>
  </diagram>
</mxfile>
